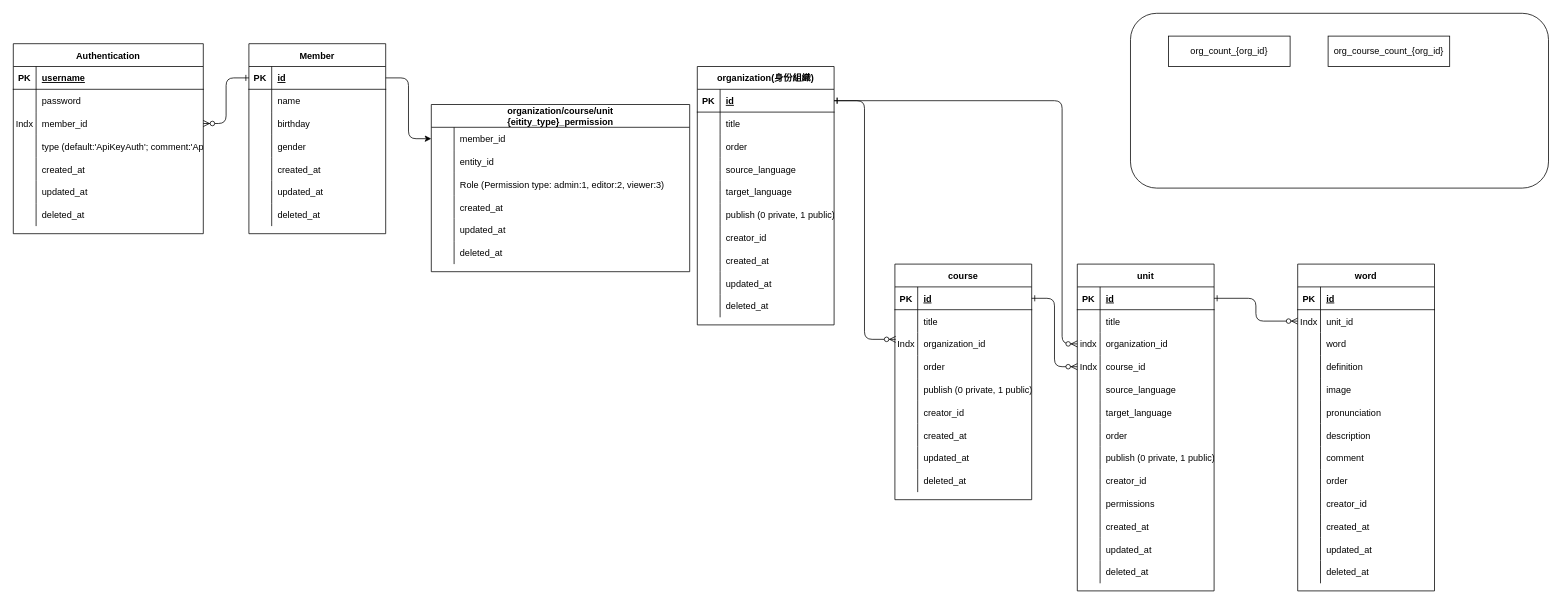
adon988/go_api_example keeps this draw.io diagram as ERD.drawio. Above is the earlier version. Source tidied: cells renumbered, new cells numbered last; positions are measured from the earlier drawing's top-left corner, leaving out a move shared by most shapes. Both pictures are drawn from the tidied source at 76%, with x=0, y=0 at pixel (13, 13).
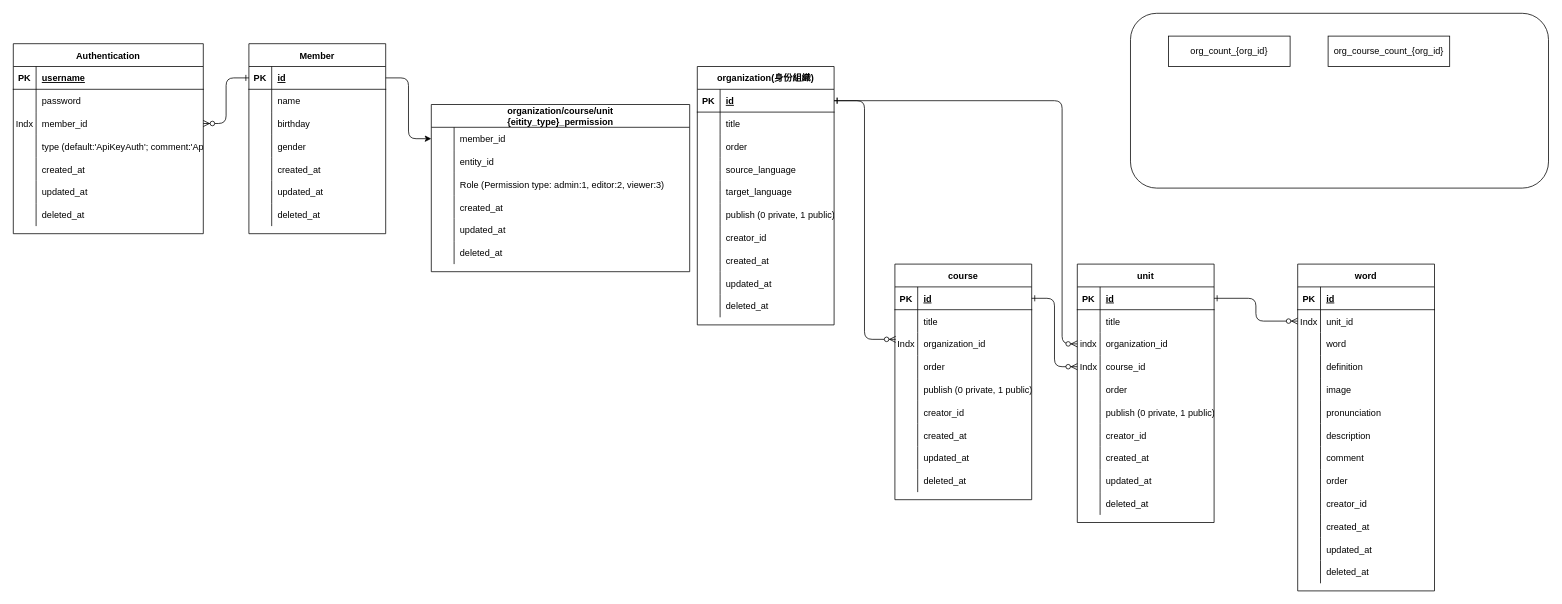
After the change.

Commit message (it also covers changes not shown here):
fix: unit erd and models

What changed in the source:
```diff
@@
     <mxCell id="108" value="unit" style="shape=table;startSize=30;childLayout=tableLayout;rowLines=0;fontStyle=1;align=center;" parent="1" vertex="1">
-      <mxGeometry x="1400" y="330" width="180" height="430" as="geometry" />
+      <mxGeometry x="1400" y="330" width="180" height="340" as="geometry" />
     </mxCell>
@@
-    <mxCell id="121" style="shape=partialRectangle;fillColor=none;top=0;left=0;bottom=0;right=0;" parent="108" vertex="1">
-      <mxGeometry y="150" width="180" height="30" as="geometry" />
-    </mxCell>
-    <mxCell id="122" style="shape=partialRectangle;fillColor=none;top=0;left=0;bottom=0;right=0;overflow=hidden;" parent="121" vertex="1">
-      <mxGeometry width="30" height="30" as="geometry" />
-    </mxCell>
-    <mxCell id="123" value="source_language" style="shape=partialRectangle;fillColor=none;top=0;left=0;bottom=0;right=0;align=left;spacingLeft=6;overflow=hidden;" parent="121" vertex="1">
-      <mxGeometry x="30" width="150" height="30" as="geometry" />
-    </mxCell>
-    <mxCell id="124" style="shape=partialRectangle;fillColor=none;top=0;left=0;bottom=0;right=0;" parent="108" vertex="1">
-      <mxGeometry y="180" width="180" height="30" as="geometry" />
-    </mxCell>
-    <mxCell id="125" style="shape=partialRectangle;fillColor=none;top=0;left=0;bottom=0;right=0;overflow=hidden;" parent="124" vertex="1">
-      <mxGeometry width="30" height="30" as="geometry" />
-    </mxCell>
-    <mxCell id="126" value="target_language" style="shape=partialRectangle;fillColor=none;top=0;left=0;bottom=0;right=0;align=left;spacingLeft=6;overflow=hidden;" parent="124" vertex="1">
-      <mxGeometry x="30" width="150" height="30" as="geometry" />
-    </mxCell>
     <mxCell id="127" style="shape=partialRectangle;fillColor=none;top=0;left=0;bottom=0;right=0;" parent="108" vertex="1">
-      <mxGeometry y="210" width="180" height="30" as="geometry" />
+      <mxGeometry y="150" width="180" height="30" as="geometry" />
     </mxCell>
@@
     <mxCell id="130" style="shape=partialRectangle;fillColor=none;top=0;left=0;bottom=0;right=0;" parent="108" vertex="1">
-      <mxGeometry y="240" width="180" height="30" as="geometry" />
+      <mxGeometry y="180" width="180" height="30" as="geometry" />
     </mxCell>
@@
     <mxCell id="133" style="shape=partialRectangle;fillColor=none;top=0;left=0;bottom=0;right=0;" parent="108" vertex="1">
-      <mxGeometry y="270" width="180" height="30" as="geometry" />
+      <mxGeometry y="210" width="180" height="30" as="geometry" />
     </mxCell>
@@
-    <mxCell id="136" style="shape=partialRectangle;fillColor=none;top=0;left=0;bottom=0;right=0;" parent="108" vertex="1">
-      <mxGeometry y="300" width="180" height="30" as="geometry" />
-    </mxCell>
-    <mxCell id="137" style="shape=partialRectangle;fillColor=none;top=0;left=0;bottom=0;right=0;overflow=hidden;" parent="136" vertex="1">
-      <mxGeometry width="30" height="30" as="geometry" />
-    </mxCell>
-    <mxCell id="138" value="permissions" style="shape=partialRectangle;fillColor=none;top=0;left=0;bottom=0;right=0;align=left;spacingLeft=6;overflow=hidden;" parent="136" vertex="1">
-      <mxGeometry x="30" width="150" height="30" as="geometry" />
-    </mxCell>
     <mxCell id="139" style="shape=partialRectangle;fillColor=none;top=0;left=0;bottom=0;right=0;" parent="108" vertex="1">
-      <mxGeometry y="330" width="180" height="30" as="geometry" />
+      <mxGeometry y="240" width="180" height="30" as="geometry" />
     </mxCell>
@@
     <mxCell id="142" style="shape=partialRectangle;fillColor=none;top=0;left=0;bottom=0;right=0;" parent="108" vertex="1">
-      <mxGeometry y="360" width="180" height="30" as="geometry" />
+      <mxGeometry y="270" width="180" height="30" as="geometry" />
     </mxCell>
@@
     <mxCell id="145" style="shape=partialRectangle;fillColor=none;top=0;left=0;bottom=0;right=0;" parent="108" vertex="1">
-      <mxGeometry y="390" width="180" height="30" as="geometry" />
+      <mxGeometry y="300" width="180" height="30" as="geometry" />
     </mxCell>
```
